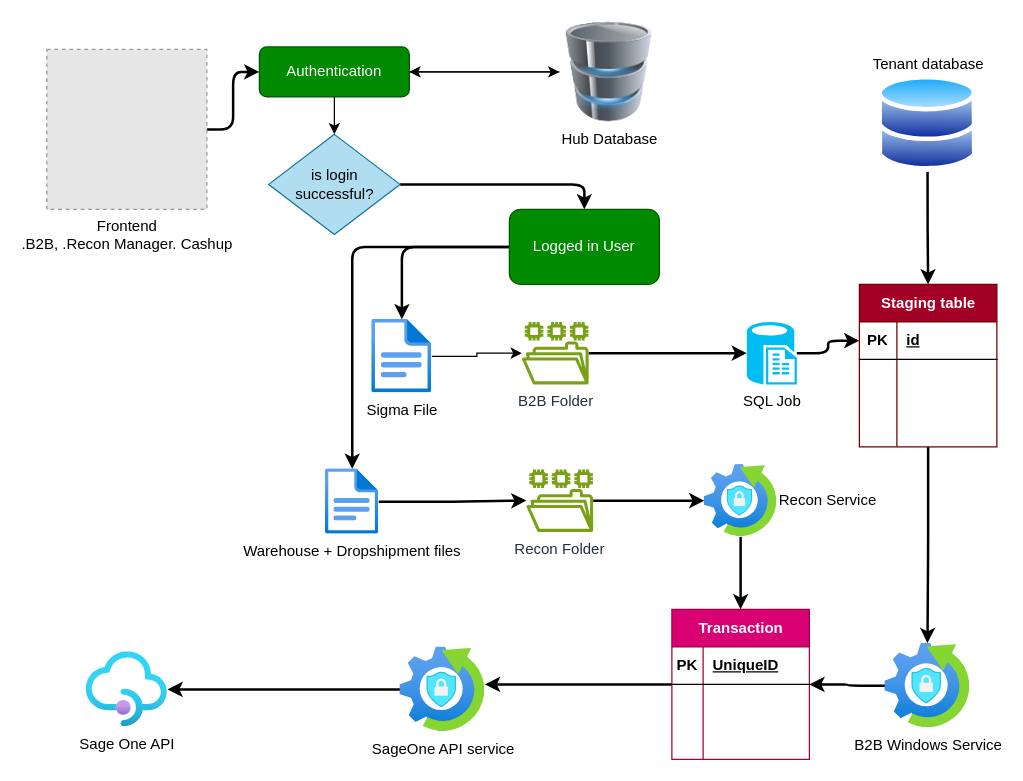
The draw.io diagram Untitled Diagram.drawio in mugabira/Sovtech-Frontend, before the edit. Source tidied: cells renumbered, new cells numbered last; positions are measured from the earlier drawing's top-left corner, leaving out a move shared by most shapes. Both pictures are drawn from the tidied source at 125%, with x=0, y=0 at pixel (46, 21). Pictures stored in the file or linked from it are replaced by grey dashed boxes.
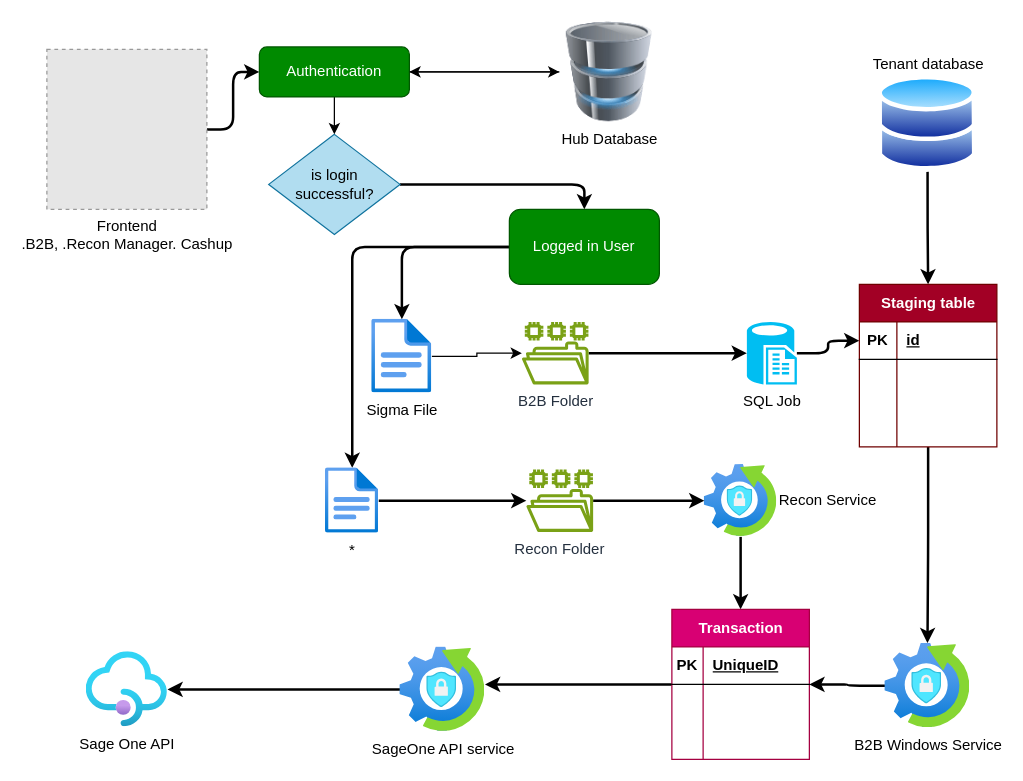
After the change.

What changed in the source:
```diff
@@
-    <mxCell id="53" value="Warehouse + Dropshipment files" style="image;html=1;points=[];align=center;fontSize=12;image=img/lib/azure2/general/File.svg;" parent="1" vertex="1">
-      <mxGeometry x="223" y="357.6" width="42.5" height="52.4" as="geometry" />
+    <mxCell id="53" value="*" style="image;html=1;points=[];align=center;fontSize=12;image=img/lib/azure2/general/File.svg;" parent="1" vertex="1">
+      <mxGeometry x="223" y="356.8" width="42.5" height="52.4" as="geometry" />
     </mxCell>
```
